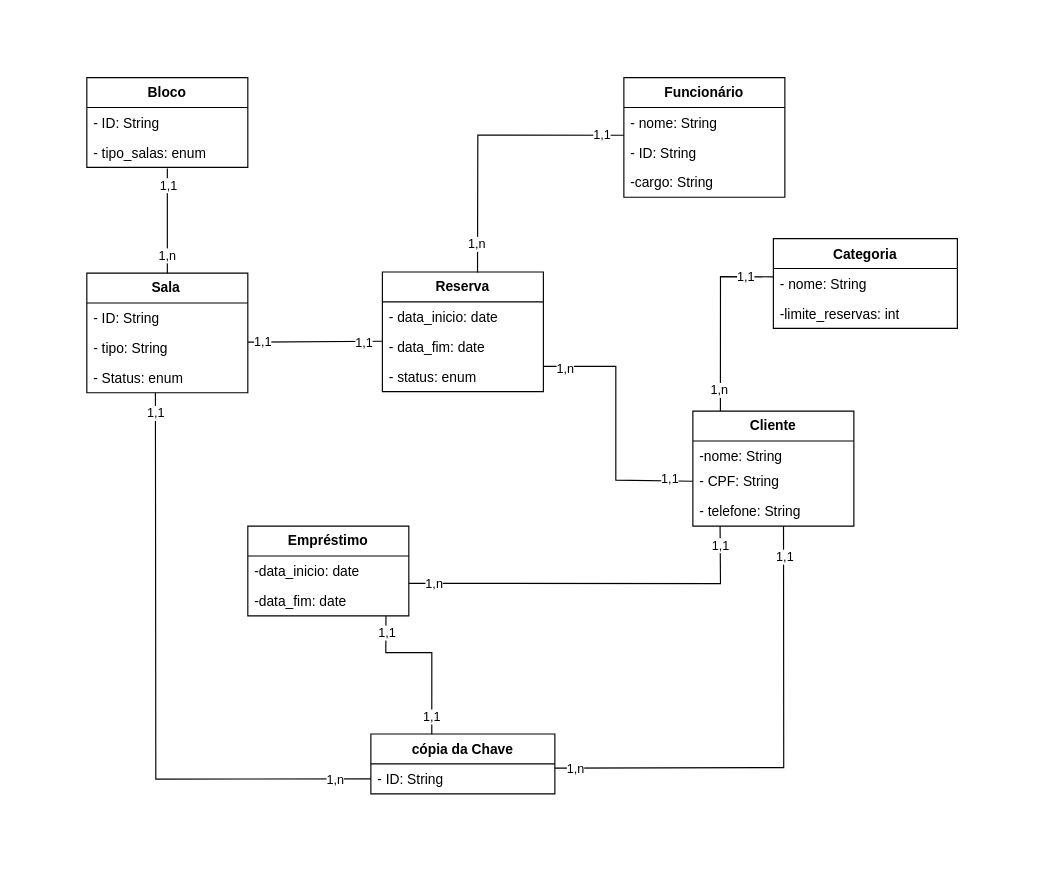
eiEddu/Hotkey keeps this draw.io diagram as Diagrama de Classe/hotkey.drawio. Above is the earlier version. Source tidied: cells renumbered, new cells numbered last; positions are measured from the earlier drawing's top-left corner, leaving out a move shared by most shapes. Both pictures are drawn from the tidied source at 115%, with x=0, y=0 at pixel (86, 77).
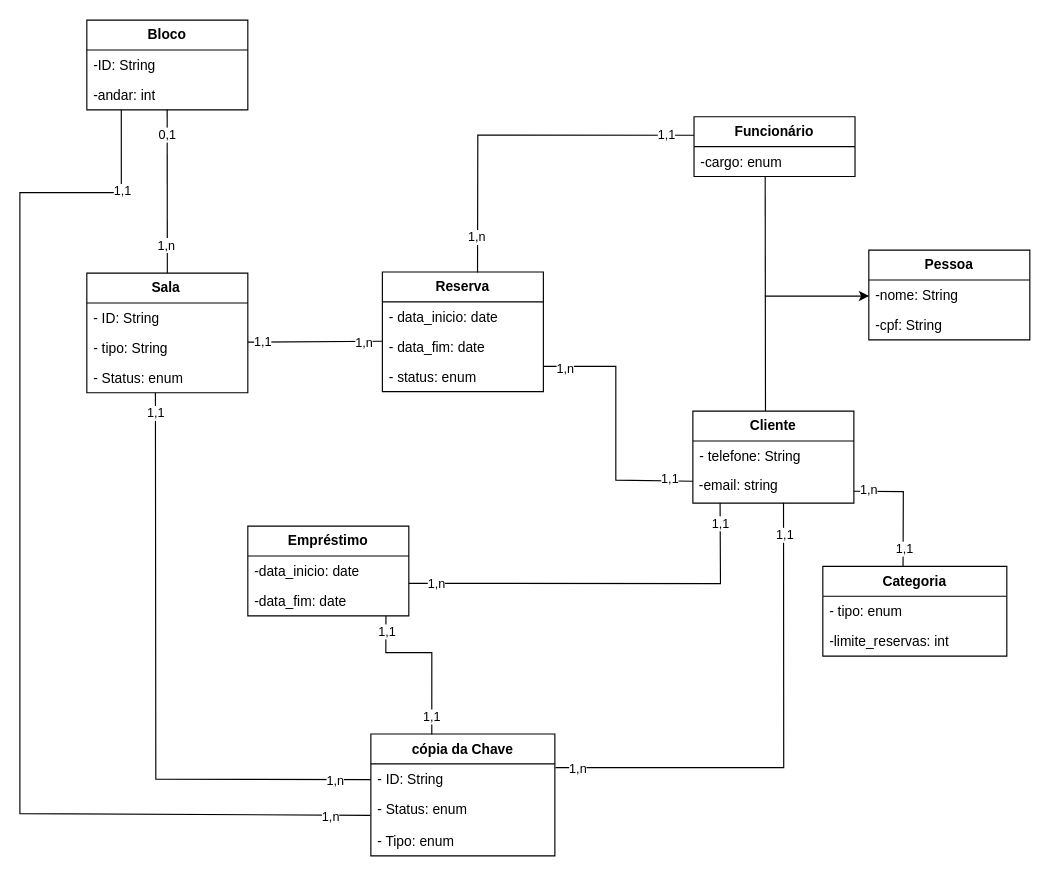
Above is the later version.

Unchanged cells that the change refers to:
```xml
<mxCell id="5" value="Sala&lt;span style=&quot;white-space: pre;&quot;&gt;&#9;&lt;/span&gt;" style="swimlane;fontStyle=1;horizontal=1;startSize=26;fillColor=none;whiteSpace=wrap;html=1;" parent="1" vertex="1">
  <mxGeometry y="170" width="140" height="104" as="geometry" />
</mxCell>
<mxCell id="8" value="- Status: enum" style="text;strokeColor=none;fillColor=none;align=left;verticalAlign=top;spacingLeft=4;spacingRight=4;overflow=hidden;points=[[0,0.5],[1,0.5]];portConstraint=eastwest;whiteSpace=wrap;html=1;" parent="5" vertex="1">
  <mxGeometry y="78" width="140" height="26" as="geometry" />
</mxCell>
<mxCell id="22" value="Reserva" style="swimlane;fontStyle=1;horizontal=1;startSize=26;fillColor=none;whiteSpace=wrap;html=1;" parent="1" vertex="1">
  <mxGeometry x="257" y="169" width="140" height="104" as="geometry" />
</mxCell>
<mxCell id="25" value="- status: enum" style="text;strokeColor=none;fillColor=none;align=left;verticalAlign=top;spacingLeft=4;spacingRight=4;overflow=hidden;points=[[0,0.5],[1,0.5]];portConstraint=eastwest;whiteSpace=wrap;html=1;fontStyle=0;" parent="22" vertex="1">
  <mxGeometry y="78" width="140" height="26" as="geometry" />
</mxCell>
<mxCell id="29" style="endArrow=none;html=1;rounded=0;entryX=0.001;entryY=0.318;entryDx=0;entryDy=0;entryPerimeter=0;" parent="1" edge="1" target="24">
  <mxGeometry relative="1" as="geometry">
    <mxPoint x="140" y="230" as="sourcePoint" />
  </mxGeometry>
</mxCell>
```

Diff of the diagram source:
```diff
@@
-    <mxCell id="2" value="Bloco" style="swimlane;fontStyle=1;horizontal=1;startSize=26;fillColor=none;whiteSpace=wrap;html=1;" parent="1" vertex="1">
-      <mxGeometry width="140" height="78" as="geometry" />
-    </mxCell>
-    <mxCell id="3" value="- ID: String" style="text;strokeColor=none;fillColor=none;align=left;verticalAlign=top;spacingLeft=4;spacingRight=4;overflow=hidden;whiteSpace=wrap;html=1;" parent="2" vertex="1">
-      <mxGeometry y="26" width="140" height="26" as="geometry" />
-    </mxCell>
-    <mxCell id="4" value="- tipo_salas: enum" style="text;strokeColor=none;fillColor=none;align=left;verticalAlign=top;spacingLeft=4;spacingRight=4;overflow=hidden;whiteSpace=wrap;html=1;" parent="2" vertex="1">
-      <mxGeometry y="52" width="140" height="26" as="geometry" />
-    </mxCell>
@@
     <mxCell id="9" value="Cliente" style="swimlane;fontStyle=1;horizontal=1;startSize=26;fillColor=none;whiteSpace=wrap;html=1;" parent="1" vertex="1">
-      <mxGeometry x="527" y="290" width="140" height="100" as="geometry" />
+      <mxGeometry x="527" y="290" width="140" height="80" as="geometry" />
     </mxCell>
-    <mxCell id="10" value="-nome: String" style="text;strokeColor=none;fillColor=none;align=left;verticalAlign=top;spacingLeft=4;spacingRight=4;overflow=hidden;points=[[0,0.5],[1,0.5]];portConstraint=eastwest;whiteSpace=wrap;html=1;" parent="9" vertex="1">
-      <mxGeometry y="26" width="140" height="22" as="geometry" />
-    </mxCell>
-    <mxCell id="11" value="- CPF: String" style="text;strokeColor=none;fillColor=none;align=left;verticalAlign=top;spacingLeft=4;spacingRight=4;overflow=hidden;points=[[0,0.5],[1,0.5]];portConstraint=eastwest;whiteSpace=wrap;html=1;" parent="9" vertex="1">
-      <mxGeometry y="48" width="140" height="26" as="geometry" />
-    </mxCell>
     <mxCell id="12" value="- telefone: String" style="text;strokeColor=none;fillColor=none;align=left;verticalAlign=top;spacingLeft=4;spacingRight=4;overflow=hidden;points=[[0,0.5],[1,0.5]];portConstraint=eastwest;whiteSpace=wrap;html=1;" parent="9" vertex="1">
-      <mxGeometry y="74" width="140" height="26" as="geometry" />
+      <mxGeometry y="26" width="140" height="54" as="geometry" />
     </mxCell>
     <mxCell id="13" value="Categoria" style="swimlane;fontStyle=1;align=center;verticalAlign=top;horizontal=1;startSize=26;whiteSpace=wrap;html=1;" parent="1" vertex="1">
-      <mxGeometry x="597" y="140" width="160" height="78" as="geometry" />
+      <mxGeometry x="640" y="425" width="160" height="78" as="geometry" />
     </mxCell>
-    <mxCell id="14" value="- nome: String" style="text;strokeColor=none;fillColor=none;align=left;verticalAlign=top;spacingLeft=4;spacingRight=4;overflow=hidden;points=[[0,0.5],[1,0.5]];portConstraint=eastwest;whiteSpace=wrap;html=1;" parent="13" vertex="1">
+    <mxCell id="14" value="- tipo: enum" style="text;strokeColor=none;fillColor=none;align=left;verticalAlign=top;spacingLeft=4;spacingRight=4;overflow=hidden;points=[[0,0.5],[1,0.5]];portConstraint=eastwest;whiteSpace=wrap;html=1;" parent="13" vertex="1">
       <mxGeometry y="26" width="160" height="26" as="geometry" />
     </mxCell>
@@
     <mxCell id="16" value="cópia da Chave" style="swimlane;fontStyle=1;align=center;verticalAlign=top;horizontal=1;startSize=26;whiteSpace=wrap;html=1;" parent="1" vertex="1">
-      <mxGeometry x="247" y="570.8" width="160" height="52" as="geometry" />
+      <mxGeometry x="247" y="570.8" width="160" height="106" as="geometry" />
     </mxCell>
     <mxCell id="17" value="- ID: String" style="text;strokeColor=none;fillColor=none;align=left;verticalAlign=top;spacingLeft=4;spacingRight=4;overflow=hidden;points=[[0,0.5],[1,0.5]];portConstraint=eastwest;whiteSpace=wrap;html=1;" parent="16" vertex="1">
-      <mxGeometry y="26" width="160" height="26" as="geometry" />
+      <mxGeometry y="26" width="160" height="54" as="geometry" />
     </mxCell>
+    <mxCell id="56" value="- Tipo: enum" style="text;strokeColor=none;fillColor=none;align=left;verticalAlign=top;spacingLeft=4;spacingRight=4;overflow=hidden;whiteSpace=wrap;html=1;" parent="16" vertex="1">
+      <mxGeometry y="80" width="160" height="26" as="geometry" />
+    </mxCell>
     <mxCell id="18" value="Funcionário" style="swimlane;fontStyle=1;horizontal=1;startSize=26;fillColor=none;whiteSpace=wrap;html=1;" parent="1" vertex="1">
-      <mxGeometry x="467" width="140" height="104" as="geometry" />
+      <mxGeometry x="528" y="34" width="140" height="52" as="geometry" />
     </mxCell>
-    <mxCell id="19" value="- nome: String" style="text;strokeColor=none;fillColor=none;align=left;verticalAlign=top;spacingLeft=4;spacingRight=4;overflow=hidden;points=[[0,0.5],[1,0.5]];portConstraint=eastwest;whiteSpace=wrap;html=1;" parent="18" vertex="1">
-      <mxGeometry y="26" width="140" height="26" as="geometry" />
-    </mxCell>
-    <mxCell id="20" value="- ID: String" style="text;strokeColor=none;fillColor=none;align=left;verticalAlign=top;spacingLeft=4;spacingRight=4;overflow=hidden;whiteSpace=wrap;html=1;" parent="18" vertex="1">
-      <mxGeometry y="52" width="140" height="26" as="geometry" />
-    </mxCell>
-    <mxCell id="21" value="-cargo: String" style="text;strokeColor=none;fillColor=none;align=left;verticalAlign=top;spacingLeft=4;spacingRight=4;overflow=hidden;points=[[0,0.5],[1,0.5]];portConstraint=eastwest;whiteSpace=wrap;html=1;" parent="18" vertex="1">
-      <mxGeometry y="78" width="140" height="26" as="geometry" />
+    <mxCell id="21" value="-cargo: enum" style="text;strokeColor=none;fillColor=none;align=left;verticalAlign=top;spacingLeft=4;spacingRight=4;overflow=hidden;points=[[0,0.5],[1,0.5]];portConstraint=eastwest;whiteSpace=wrap;html=1;" parent="18" vertex="1">
+      <mxGeometry y="26" width="140" height="26" as="geometry" />
     </mxCell>
@@
-    <mxCell id="31" value="1,1" style="edgeLabel;html=1;align=center;verticalAlign=middle;" parent="29" vertex="1">
+    <mxCell id="31" value="1,n" style="edgeLabel;html=1;align=center;verticalAlign=middle;" parent="29" vertex="1">
       <mxGeometry x="0.7" y="-1" relative="1" as="geometry" />
     </mxCell>
-    <mxCell id="32" style="endArrow=none;html=1;rounded=0;exitX=0.5;exitY=0;exitDx=0;exitDy=0;" parent="1" edge="1" source="5">
-      <mxGeometry relative="1" as="geometry">
-        <mxPoint x="70" y="79" as="targetPoint" />
-      </mxGeometry>
+    <mxCell id="32" style="endArrow=none;html=1;rounded=0;exitX=0.5;exitY=0;exitDx=0;exitDy=0;entryX=0.499;entryY=0.99;entryDx=0;entryDy=0;entryPerimeter=0;" parent="1" edge="1" source="5" target="67">
+      <mxGeometry relative="1" as="geometry" />
     </mxCell>
-    <mxCell id="33" value="1,1" style="edgeLabel;html=1;align=center;verticalAlign=middle;" parent="32" vertex="1">
+    <mxCell id="33" value="0,1" style="edgeLabel;html=1;align=center;verticalAlign=middle;" parent="32" vertex="1">
       <mxGeometry x="0.7" relative="1" as="geometry" />
     </mxCell>
@@
-    <mxCell id="35" style="endArrow=none;html=1;rounded=0;entryX=0;entryY=0.5;entryDx=0;entryDy=0;exitX=0.426;exitY=0.997;exitDx=0;exitDy=0;exitPerimeter=0;" parent="1" edge="1" source="8" target="17">
+    <mxCell id="35" style="endArrow=none;html=1;rounded=0;entryX=0;entryY=0.253;entryDx=0;entryDy=0;exitX=0.426;exitY=0.997;exitDx=0;exitDy=0;exitPerimeter=0;entryPerimeter=0;" parent="1" edge="1" source="8" target="17">
       <mxGeometry relative="1" as="geometry">
         <Array as="points">
           <mxPoint x="60" y="610" />
         </Array>
       </mxGeometry>
     </mxCell>
@@
-    <mxCell id="41" style="endArrow=none;html=1;rounded=0;exitX=0.999;exitY=0.138;exitDx=0;exitDy=0;exitPerimeter=0;entryX=0.563;entryY=0.993;entryDx=0;entryDy=0;entryPerimeter=0;" parent="1" edge="1" source="17" target="12">
+    <mxCell id="41" style="endArrow=none;html=1;rounded=0;exitX=1.003;exitY=0.06;exitDx=0;exitDy=0;exitPerimeter=0;entryX=0.563;entryY=0.993;entryDx=0;entryDy=0;entryPerimeter=0;" parent="1" edge="1" source="17" target="12">
       <mxGeometry relative="1" as="geometry">
         <Array as="points">
           <mxPoint x="606" y="600" />
         </Array>
       </mxGeometry>
     </mxCell>
@@
-    <mxCell id="47" style="endArrow=none;html=1;rounded=0;entryX=1;entryY=0.159;entryDx=0;entryDy=0;entryPerimeter=0;exitX=0;exitY=0.5;exitDx=0;exitDy=0;" parent="1" edge="1" source="11" target="25">
+    <mxCell id="47" style="endArrow=none;html=1;rounded=0;entryX=1;entryY=0.159;entryDx=0;entryDy=0;entryPerimeter=0;exitX=0;exitY=0.5;exitDx=0;exitDy=0;" parent="1" edge="1" target="25">
       <mxGeometry relative="1" as="geometry">
+        <mxPoint x="527" y="351" as="sourcePoint" />
         <Array as="points">
           <mxPoint x="460" y="350" />
           <mxPoint x="460" y="251" />
         </Array>
       </mxGeometry>
     </mxCell>
@@
-    <mxCell id="50" style="endArrow=none;html=1;rounded=0;entryX=0.001;entryY=0.279;entryDx=0;entryDy=0;entryPerimeter=0;exitX=0.171;exitY=0;exitDx=0;exitDy=0;exitPerimeter=0;" parent="1" edge="1" source="9" target="14">
+    <mxCell id="50" style="endArrow=none;html=1;rounded=0;entryX=0.436;entryY=0.004;entryDx=0;entryDy=0;entryPerimeter=0;exitX=1;exitY=0.836;exitDx=0;exitDy=0;exitPerimeter=0;" parent="1" edge="1" target="13">
       <mxGeometry relative="1" as="geometry">
+        <mxPoint x="667" y="359.7" as="sourcePoint" />
         <Array as="points">
-          <mxPoint x="551" y="173" />
+          <mxPoint x="710" y="360" />
         </Array>
       </mxGeometry>
     </mxCell>
@@
-    <mxCell id="53" style="endArrow=none;html=1;rounded=0;entryX=0;entryY=0.926;entryDx=0;entryDy=0;entryPerimeter=0;exitX=0.591;exitY=0.005;exitDx=0;exitDy=0;exitPerimeter=0;" parent="1" edge="1" source="22" target="19">
+    <mxCell id="53" style="endArrow=none;html=1;rounded=0;entryX=0;entryY=0.926;entryDx=0;entryDy=0;entryPerimeter=0;exitX=0.591;exitY=0.005;exitDx=0;exitDy=0;exitPerimeter=0;" parent="1" edge="1" source="22">
       <mxGeometry relative="1" as="geometry">
+        <mxPoint x="528" y="50.1" as="targetPoint" />
         <Array as="points">
           <mxPoint x="340" y="50" />
         </Array>
       </mxGeometry>
     </mxCell>
@@
+    <mxCell id="57" value="- Status: enum" style="text;strokeColor=none;fillColor=none;align=left;verticalAlign=top;spacingLeft=4;spacingRight=4;overflow=hidden;points=[[0,0.5],[1,0.5]];portConstraint=eastwest;whiteSpace=wrap;html=1;" parent="1" vertex="1">
+      <mxGeometry x="247" y="622.8" width="160" height="26" as="geometry" />
+    </mxCell>
+    <mxCell id="58" style="endArrow=none;html=1;rounded=0;entryX=0.214;entryY=1.006;entryDx=0;entryDy=0;entryPerimeter=0;exitX=-0.003;exitY=0.719;exitDx=0;exitDy=0;exitPerimeter=0;" parent="1" edge="1" source="57" target="67">
+      <mxGeometry relative="1" as="geometry">
+        <Array as="points">
+          <mxPoint x="-58.2" y="640" />
+          <mxPoint x="-58.2" y="100" />
+          <mxPoint x="30" y="100" />
+        </Array>
+      </mxGeometry>
+    </mxCell>
+    <mxCell id="59" value="1,n" style="edgeLabel;html=1;align=center;verticalAlign=middle;" parent="58" vertex="1">
+      <mxGeometry x="-0.93" y="1" relative="1" as="geometry" />
+    </mxCell>
+    <mxCell id="60" value="1,1" style="edgeLabel;html=1;align=center;verticalAlign=middle;" parent="58" vertex="1">
+      <mxGeometry x="0.86" y="-1" relative="1" as="geometry" />
+    </mxCell>
+    <mxCell id="61" style="endArrow=classic;html=1;rounded=0;exitX=0.451;exitY=-0.001;exitDx=0;exitDy=0;exitPerimeter=0;entryX=0.002;entryY=0.536;entryDx=0;entryDy=0;entryPerimeter=0;" parent="1" edge="1" source="9" target="10">
+      <mxGeometry relative="1" as="geometry">
+        <Array as="points">
+          <mxPoint x="590" y="190" />
+        </Array>
+      </mxGeometry>
+    </mxCell>
+    <mxCell id="62" value="Pessoa" style="swimlane;fontStyle=1;horizontal=1;startSize=26;fillColor=none;whiteSpace=wrap;html=1;" parent="1" vertex="1">
+      <mxGeometry x="680" y="150" width="140" height="78" as="geometry" />
+    </mxCell>
+    <mxCell id="10" value="-nome: String" style="text;strokeColor=none;fillColor=none;align=left;verticalAlign=top;spacingLeft=4;spacingRight=4;overflow=hidden;points=[[0,0.5],[1,0.5]];portConstraint=eastwest;whiteSpace=wrap;html=1;" parent="62" vertex="1">
+      <mxGeometry y="26" width="140" height="26" as="geometry" />
+    </mxCell>
+    <mxCell id="63" value="-cpf: String" style="text;strokeColor=none;fillColor=none;align=left;verticalAlign=top;spacingLeft=4;spacingRight=4;overflow=hidden;whiteSpace=wrap;html=1;" parent="62" vertex="1">
+      <mxGeometry y="52" width="140" height="26" as="geometry" />
+    </mxCell>
+    <mxCell id="64" style="endArrow=none;html=1;rounded=0;entryX=0.442;entryY=0.993;entryDx=0;entryDy=0;entryPerimeter=0;" parent="1" edge="1" target="21">
+      <mxGeometry relative="1" as="geometry">
+        <mxPoint x="590" y="190" as="sourcePoint" />
+      </mxGeometry>
+    </mxCell>
+    <mxCell id="65" value="-email: string" style="text;html=1;whiteSpace=wrap;strokeColor=none;fillColor=none;align=center;verticalAlign=middle;rounded=0;" parent="1" vertex="1">
+      <mxGeometry x="517" y="340" width="100" height="30" as="geometry" />
+    </mxCell>
+    <mxCell id="2" value="&lt;b&gt;Bloco&lt;/b&gt;" style="swimlane;fontStyle=0;horizontal=1;startSize=26;fillColor=none;whiteSpace=wrap;html=1;" parent="1" vertex="1">
+      <mxGeometry y="-50" width="140" height="78" as="geometry" />
+    </mxCell>
+    <mxCell id="66" value="-ID: String" style="text;strokeColor=none;fillColor=none;align=left;verticalAlign=top;spacingLeft=4;spacingRight=4;overflow=hidden;whiteSpace=wrap;html=1;" parent="2" vertex="1">
+      <mxGeometry y="26" width="140" height="26" as="geometry" />
+    </mxCell>
+    <mxCell id="67" value="-andar: int" style="text;strokeColor=none;fillColor=none;align=left;verticalAlign=top;spacingLeft=4;spacingRight=4;overflow=hidden;points=[[0,0.5],[1,0.5]];portConstraint=eastwest;whiteSpace=wrap;html=1;" parent="2" vertex="1">
+      <mxGeometry y="52" width="140" height="26" as="geometry" />
+    </mxCell>
```
